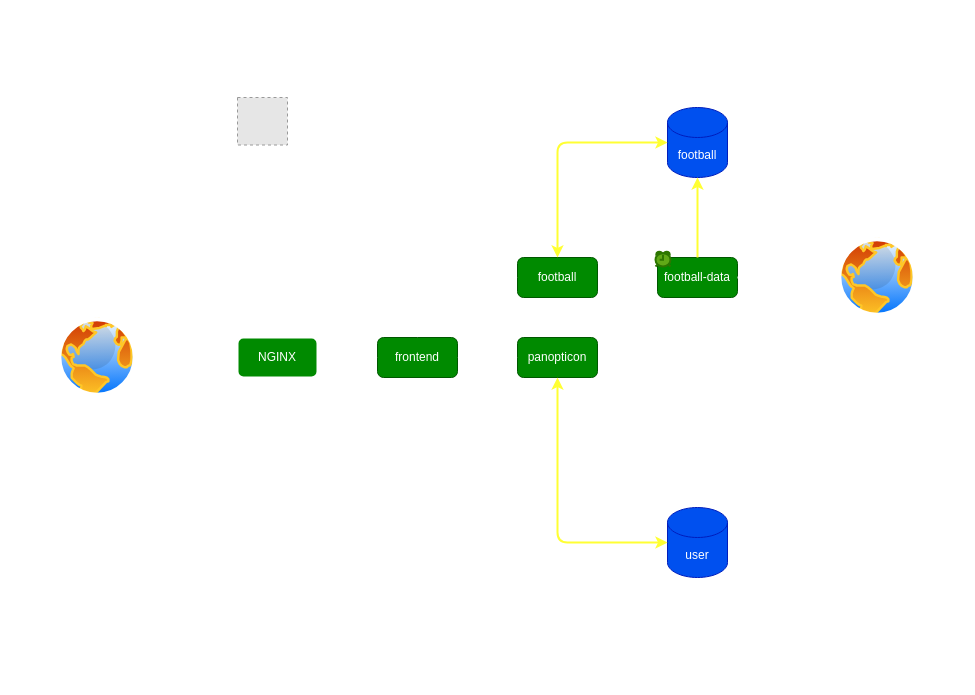
Above: page "Kubernetes" (1 of 2) of 001 - deployments/deployments.drawio in ACMEPORTALCOMPANY/docs (draw.io), before the change. Source tidied: cells renumbered, new cells numbered last; positions are measured from the earlier drawing's top-left corner, leaving out a move shared by most shapes. Both pictures are drawn from the tidied source at 100%, with x=0, y=0 at pixel (17, 17). Pictures stored in the file or linked from it are replaced by grey dashed boxes.
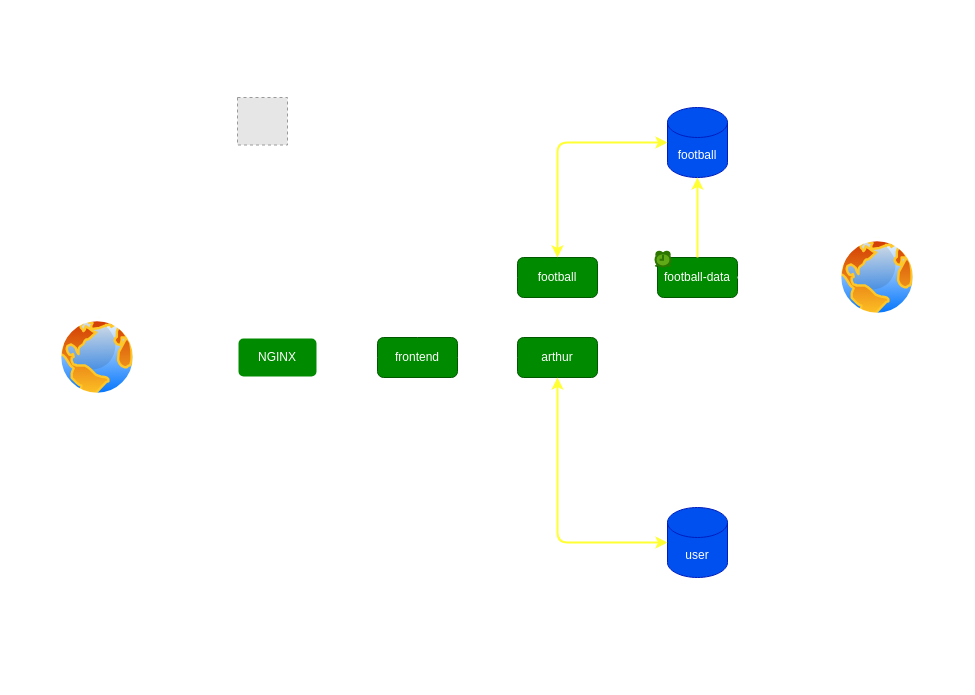
After the change.

What changed in the source:
```diff
@@
-    <mxCell id="8" value="panopticon" style="rounded=1;whiteSpace=wrap;html=1;fillColor=#008a00;fontColor=#ffffff;strokeColor=#005700;" parent="1" vertex="1">
+    <mxCell id="8" value="arthur" style="rounded=1;whiteSpace=wrap;html=1;fillColor=#008a00;fontColor=#ffffff;strokeColor=#005700;" parent="1" vertex="1">
       <mxGeometry x="500" y="320" width="80" height="40" as="geometry" />
     </mxCell>
```
